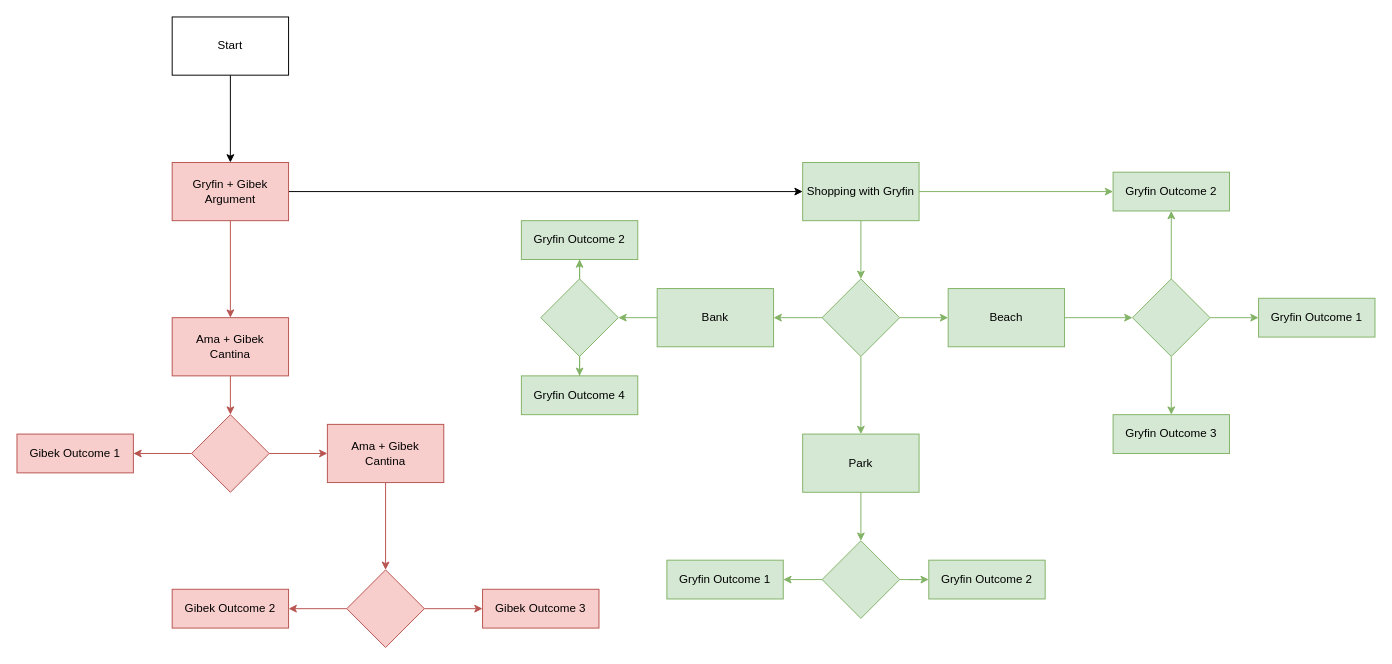
This is diagrams/script_map.drawio from Gryfin123/senat_visual_novel, a draw.io file, before an edit. Source tidied: cells renumbered, new cells numbered last; positions are measured from the earlier drawing's top-left corner, leaving out a move shared by most shapes. Both pictures are drawn from the tidied source at 97%, with x=0, y=0 at pixel (16, 16).
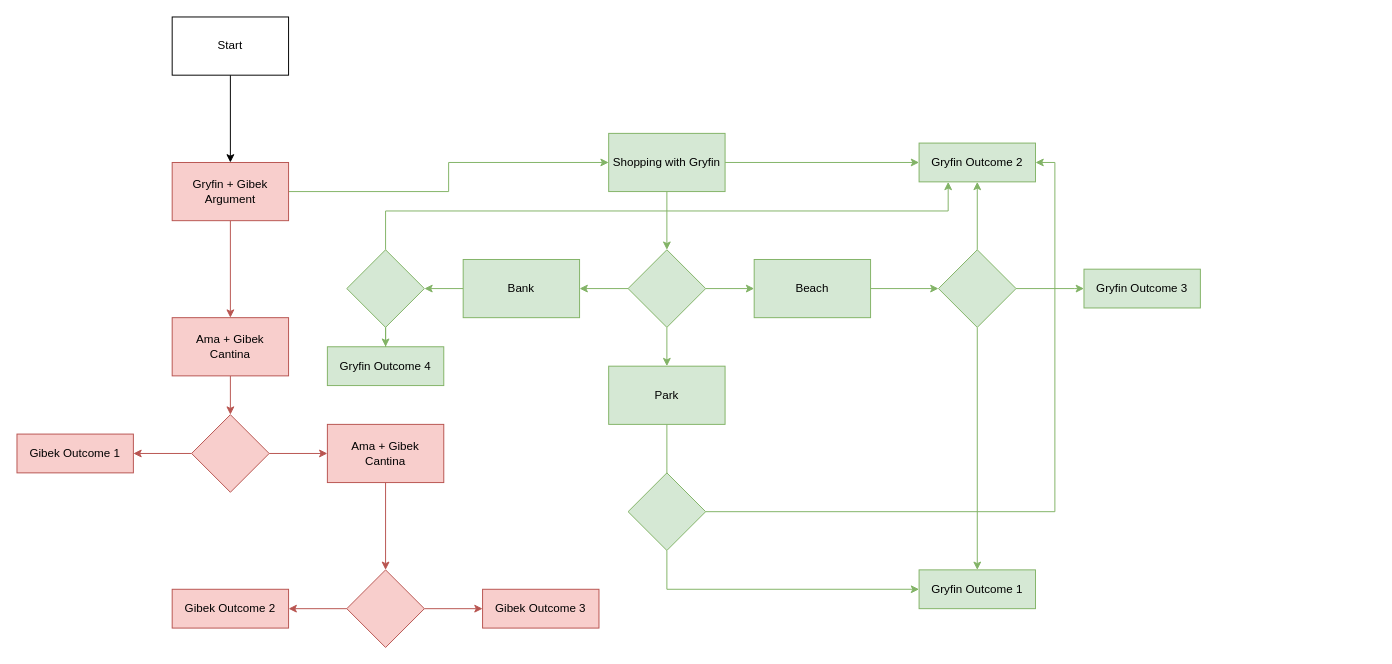
After the change.

The change refers to these unchanged cells:
```xml
<mxCell id="7" value="Gryfin + Gibek Argument" style="rounded=0;whiteSpace=wrap;html=1;fillColor=#f8cecc;strokeColor=#b85450;" parent="1" vertex="1">
  <mxGeometry x="160" y="150" width="120" height="60" as="geometry" />
</mxCell>
```

The edit, as a diff of the source:
```diff
@@
-    <mxCell id="6" style="edgeStyle=orthogonalEdgeStyle;rounded=0;jettySize=auto;html=1;entryX=0;entryY=0.5;entryDx=0;entryDy=0;" parent="1" edge="1" source="7" target="22">
+    <mxCell id="6" style="edgeStyle=orthogonalEdgeStyle;rounded=0;jettySize=auto;html=1;entryX=0;entryY=0.5;entryDx=0;entryDy=0;fillColor=#d5e8d4;strokeColor=#82b366;" parent="1" edge="1" source="7" target="22">
       <mxGeometry relative="1" as="geometry" />
     </mxCell>
@@
     <mxCell id="22" value="Shopping with Gryfin" style="rounded=0;whiteSpace=wrap;html=1;fillColor=#d5e8d4;strokeColor=#82b366;" parent="1" vertex="1">
-      <mxGeometry x="810" y="150" width="120" height="60" as="geometry" />
+      <mxGeometry x="610" y="120" width="120" height="60" as="geometry" />
     </mxCell>
     <mxCell id="23" value="Gryfin Outcome 1" style="rounded=0;whiteSpace=wrap;html=1;fillColor=#d5e8d4;strokeColor=#82b366;" parent="1" vertex="1">
-      <mxGeometry x="670" y="560" width="120" height="40" as="geometry" />
+      <mxGeometry x="930" y="570" width="120" height="40" as="geometry" />
     </mxCell>
     <mxCell id="24" value="Gryfin Outcome 2" style="rounded=0;whiteSpace=wrap;html=1;fillColor=#d5e8d4;strokeColor=#82b366;" parent="1" vertex="1">
-      <mxGeometry x="1130" y="160" width="120" height="40" as="geometry" />
+      <mxGeometry x="930" y="130" width="120" height="40" as="geometry" />
     </mxCell>
     <mxCell id="25" value="Gryfin Outcome 3" style="rounded=0;whiteSpace=wrap;html=1;fillColor=#d5e8d4;strokeColor=#82b366;" parent="1" vertex="1">
-      <mxGeometry x="1130" y="410" width="120" height="40" as="geometry" />
+      <mxGeometry x="1100" y="260" width="120" height="40" as="geometry" />
     </mxCell>
     <mxCell id="26" value="Gryfin Outcome 4" style="rounded=0;whiteSpace=wrap;html=1;fillColor=#d5e8d4;strokeColor=#82b366;" parent="1" vertex="1">
-      <mxGeometry x="520" y="370" width="120" height="40" as="geometry" />
+      <mxGeometry x="320" y="340" width="120" height="40" as="geometry" />
     </mxCell>
@@
     <mxCell id="30" style="rhombus;whiteSpace=wrap;html=1;fillColor=#d5e8d4;strokeColor=#82b366;" parent="1" vertex="1">
-      <mxGeometry x="830" y="270" width="80" height="80" as="geometry" />
+      <mxGeometry x="630" y="240" width="80" height="80" as="geometry" />
     </mxCell>
@@
     <mxCell id="32" value="Beach" style="rounded=0;whiteSpace=wrap;html=1;fillColor=#d5e8d4;strokeColor=#82b366;" parent="1" vertex="1">
-      <mxGeometry x="960" y="280" width="120" height="60" as="geometry" />
+      <mxGeometry x="760" y="250" width="120" height="60" as="geometry" />
     </mxCell>
@@
     <mxCell id="34" value="Bank" style="rounded=0;whiteSpace=wrap;html=1;fillColor=#d5e8d4;strokeColor=#82b366;" parent="1" vertex="1">
-      <mxGeometry x="660" y="280" width="120" height="60" as="geometry" />
+      <mxGeometry x="460" y="250" width="120" height="60" as="geometry" />
     </mxCell>
-    <mxCell id="35" style="edgeStyle=orthogonalEdgeStyle;rounded=0;jettySize=auto;html=1;entryX=0.5;entryY=0;entryDx=0;entryDy=0;fillColor=#d5e8d4;strokeColor=#82b366;" parent="1" edge="1" source="36" target="43">
-      <mxGeometry relative="1" as="geometry" />
+    <mxCell id="35" style="edgeStyle=orthogonalEdgeStyle;rounded=0;jettySize=auto;html=1;entryX=0.5;entryY=0;entryDx=0;entryDy=0;fillColor=#d5e8d4;strokeColor=#82b366;" parent="1" edge="1" source="36">
+      <mxGeometry relative="1" as="geometry">
+        <mxPoint x="670" y="510" as="targetPoint" />
+      </mxGeometry>
     </mxCell>
     <mxCell id="36" value="Park" style="rounded=0;whiteSpace=wrap;html=1;fillColor=#d5e8d4;strokeColor=#82b366;" parent="1" vertex="1">
-      <mxGeometry x="810" y="430" width="120" height="60" as="geometry" />
+      <mxGeometry x="610" y="360" width="120" height="60" as="geometry" />
     </mxCell>
@@
-    <mxCell id="38" style="edgeStyle=orthogonalEdgeStyle;rounded=0;jettySize=auto;html=1;entryX=0.5;entryY=1;entryDx=0;entryDy=0;fillColor=#d5e8d4;strokeColor=#82b366;" parent="1" edge="1" source="39" target="40">
-      <mxGeometry relative="1" as="geometry" />
-    </mxCell>
+    <mxCell id="50" style="edgeStyle=orthogonalEdgeStyle;rounded=0;jettySize=auto;html=1;entryX=0.25;entryY=1;entryDx=0;entryDy=0;fillColor=#d5e8d4;strokeColor=#82b366;" parent="1" edge="1" source="39" target="24">
+      <mxGeometry relative="1" as="geometry">
+        <Array as="points">
+          <mxPoint x="380" y="200" />
+          <mxPoint x="960" y="200" />
+        </Array>
+      </mxGeometry>
+    </mxCell>
     <mxCell id="39" style="rhombus;whiteSpace=wrap;html=1;fillColor=#d5e8d4;strokeColor=#82b366;" parent="1" vertex="1">
-      <mxGeometry x="540" y="270" width="80" height="80" as="geometry" />
+      <mxGeometry x="340" y="240" width="80" height="80" as="geometry" />
     </mxCell>
-    <mxCell id="40" value="Gryfin Outcome 2" style="rounded=0;whiteSpace=wrap;html=1;fillColor=#d5e8d4;strokeColor=#82b366;" parent="1" vertex="1">
-      <mxGeometry x="520" y="210" width="120" height="40" as="geometry" />
-    </mxCell>
-    <mxCell id="41" style="edgeStyle=orthogonalEdgeStyle;rounded=0;jettySize=auto;html=1;entryX=1;entryY=0.5;entryDx=0;entryDy=0;fillColor=#d5e8d4;strokeColor=#82b366;" parent="1" edge="1" source="43" target="23">
-      <mxGeometry relative="1" as="geometry" />
+    <mxCell id="41" style="edgeStyle=orthogonalEdgeStyle;rounded=0;jettySize=auto;html=1;fillColor=#d5e8d4;strokeColor=#82b366;entryX=0;entryY=0.5;entryDx=0;entryDy=0;" parent="1" edge="1" source="43" target="23">
+      <mxGeometry relative="1" as="geometry">
+        <Array as="points">
+          <mxPoint x="670" y="590" />
+        </Array>
+      </mxGeometry>
     </mxCell>
-    <mxCell id="42" style="edgeStyle=orthogonalEdgeStyle;rounded=0;jettySize=auto;html=1;entryX=0;entryY=0.5;entryDx=0;entryDy=0;fillColor=#d5e8d4;strokeColor=#82b366;" parent="1" edge="1" source="43" target="44">
+    <mxCell id="42" style="edgeStyle=orthogonalEdgeStyle;rounded=0;jettySize=auto;html=1;entryX=1;entryY=0.5;entryDx=0;entryDy=0;fillColor=#d5e8d4;strokeColor=#82b366;" parent="1" edge="1" source="43" target="24">
       <mxGeometry relative="1" as="geometry" />
     </mxCell>
     <mxCell id="43" style="rhombus;whiteSpace=wrap;html=1;fillColor=#d5e8d4;strokeColor=#82b366;" parent="1" vertex="1">
-      <mxGeometry x="830" y="540" width="80" height="80" as="geometry" />
+      <mxGeometry x="630" y="470" width="80" height="80" as="geometry" />
     </mxCell>
-    <mxCell id="44" value="Gryfin Outcome 2" style="rounded=0;whiteSpace=wrap;html=1;fillColor=#d5e8d4;strokeColor=#82b366;" parent="1" vertex="1">
-      <mxGeometry x="940" y="560" width="120" height="40" as="geometry" />
-    </mxCell>
-    <mxCell id="45" value="Gryfin Outcome 1" style="rounded=0;whiteSpace=wrap;html=1;fillColor=#d5e8d4;strokeColor=#82b366;" parent="1" vertex="1">
-      <mxGeometry x="1280" y="290" width="120" height="40" as="geometry" />
-    </mxCell>
@@
-    <mxCell id="47" style="edgeStyle=orthogonalEdgeStyle;rounded=0;jettySize=auto;html=1;entryX=0;entryY=0.5;entryDx=0;entryDy=0;fillColor=#d5e8d4;strokeColor=#82b366;" parent="1" edge="1" source="49" target="45">
+    <mxCell id="47" style="edgeStyle=orthogonalEdgeStyle;rounded=0;jettySize=auto;html=1;entryX=0.5;entryY=0;entryDx=0;entryDy=0;fillColor=#d5e8d4;strokeColor=#82b366;" parent="1" edge="1" source="49" target="23">
       <mxGeometry relative="1" as="geometry" />
     </mxCell>
-    <mxCell id="48" style="edgeStyle=orthogonalEdgeStyle;rounded=0;jettySize=auto;html=1;entryX=0.5;entryY=0;entryDx=0;entryDy=0;fillColor=#d5e8d4;strokeColor=#82b366;" parent="1" edge="1" source="49" target="25">
-      <mxGeometry relative="1" as="geometry" />
+    <mxCell id="48" style="edgeStyle=orthogonalEdgeStyle;rounded=0;jettySize=auto;html=1;fillColor=#d5e8d4;strokeColor=#82b366;entryX=0;entryY=0.5;entryDx=0;entryDy=0;" parent="1" edge="1" source="49" target="25">
+      <mxGeometry relative="1" as="geometry">
+        <Array as="points">
+          <mxPoint x="1090" y="280" />
+          <mxPoint x="1090" y="280" />
+        </Array>
+      </mxGeometry>
     </mxCell>
     <mxCell id="49" style="rhombus;whiteSpace=wrap;html=1;fillColor=#d5e8d4;strokeColor=#82b366;" parent="1" vertex="1">
-      <mxGeometry x="1150" y="270" width="80" height="80" as="geometry" />
+      <mxGeometry x="950" y="240" width="80" height="80" as="geometry" />
     </mxCell>
```
